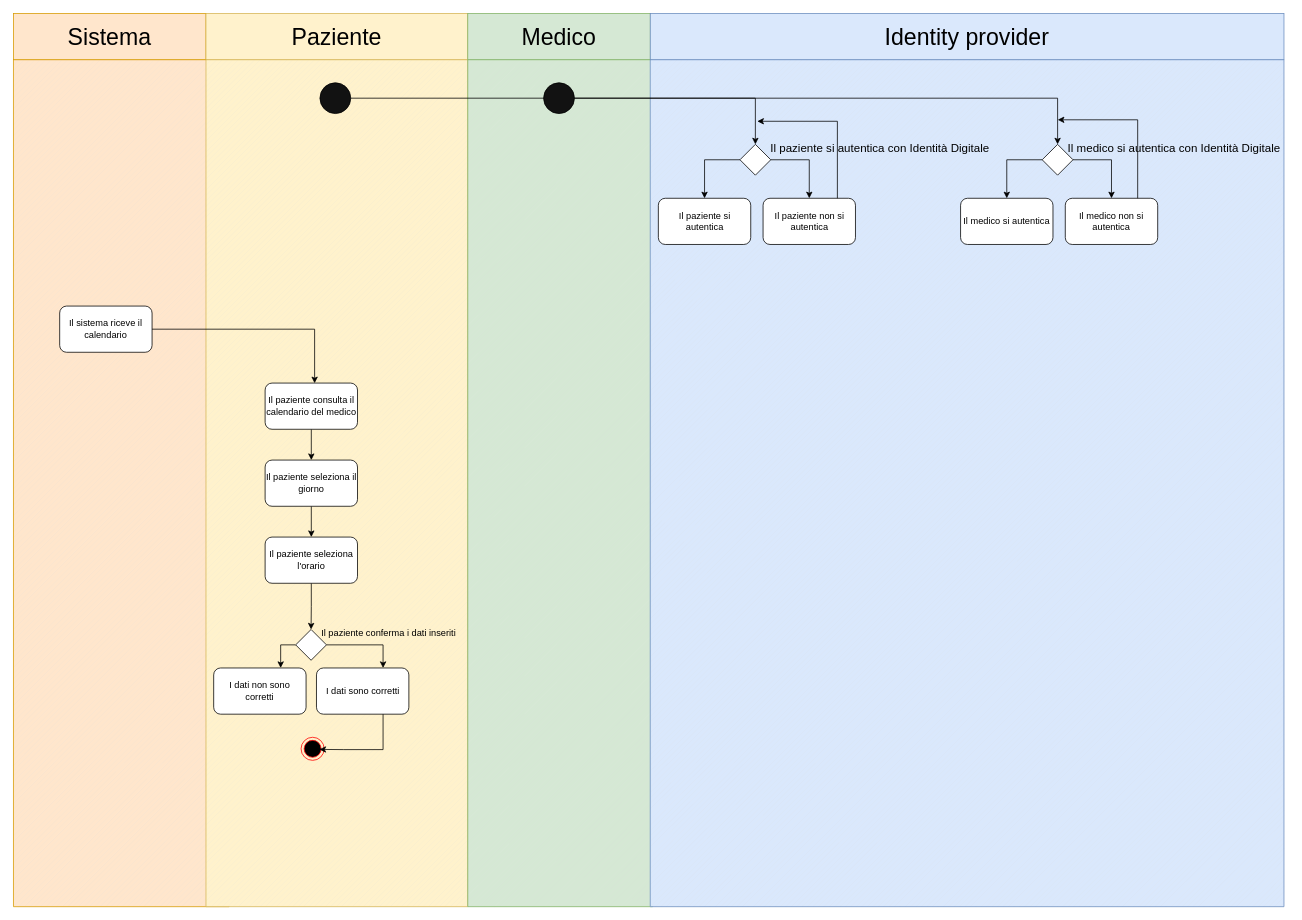
Above: page "swimLane" (3 of 5) of DiagrammiMedSync.drawio in frncscrlnd/MedSync-Sistema-di-Gestione-Appuntamenti-e-Documentazione-Medica (draw.io), before the change. Source tidied: cells renumbered, new cells numbered last; positions are measured from the earlier drawing's top-left corner, leaving out a move shared by most shapes. Both pictures are drawn from the tidied source at 77%, with x=0, y=0 at pixel (13, 13).
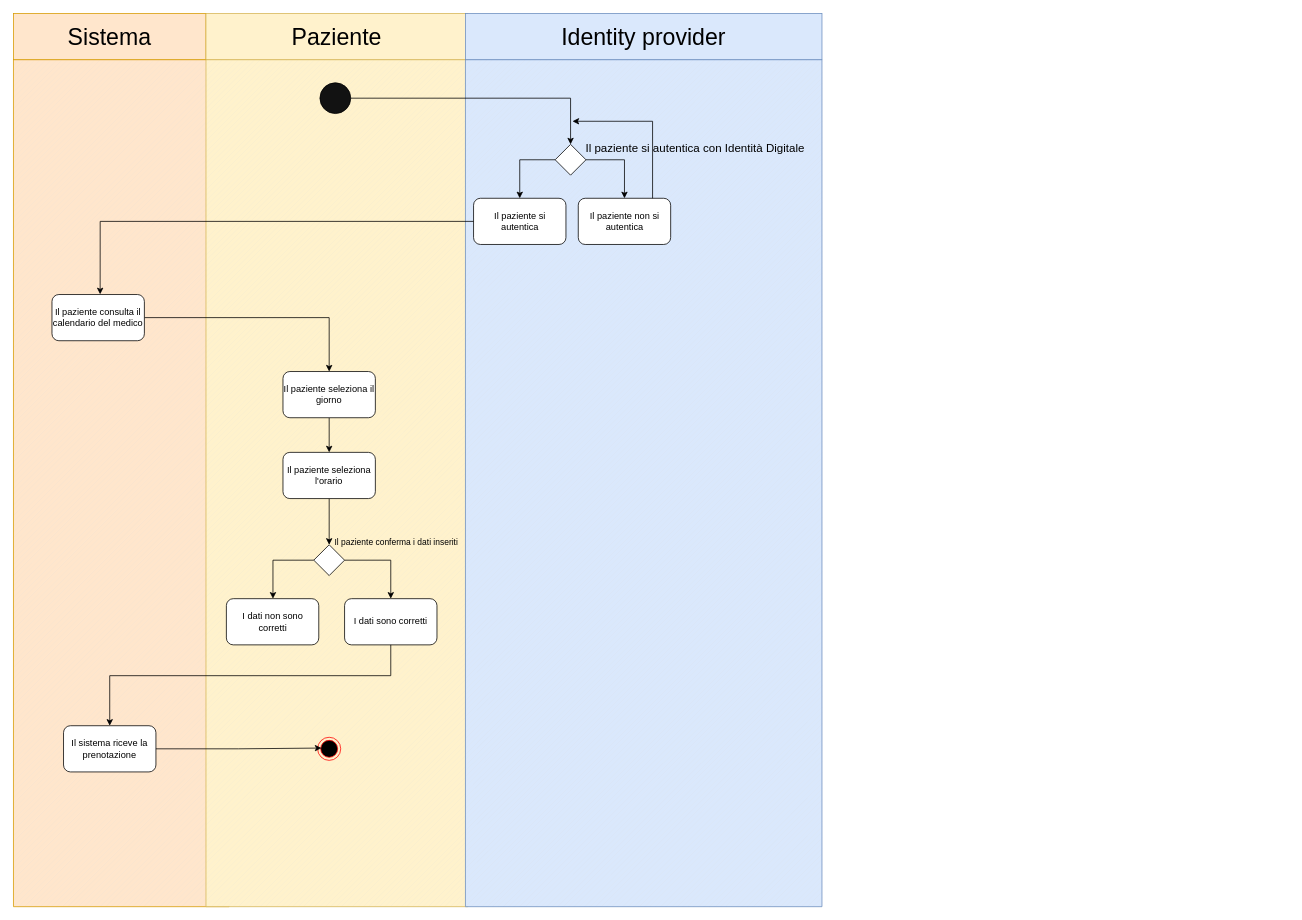
The same diagram, later.

Unchanged cells that the change refers to:
```xml
<mxCell id="2" style="verticalLabelPosition=bottom;verticalAlign=top;html=1;shape=mxgraph.basic.patternFillRect;fillStyle=diag;step=5;fillStrokeWidth=0.2;fillStrokeColor=#dddddd;fillColor=#ffe6cc;strokeColor=#d79b00;" parent="1" vertex="1">
  <mxGeometry y="60" width="280" height="1100" as="geometry" />
</mxCell>
<mxCell id="3" style="verticalLabelPosition=bottom;verticalAlign=top;html=1;shape=mxgraph.basic.patternFillRect;fillStyle=diag;step=5;fillStrokeWidth=0.2;fillStrokeColor=#dddddd;fillColor=#fff2cc;strokeColor=#d6b656;" parent="1" vertex="1">
  <mxGeometry x="250" y="60" width="340" height="1100" as="geometry" />
</mxCell>
```

Diff of the diagram source:
```diff
@@
-    <mxCell id="4" style="verticalLabelPosition=bottom;verticalAlign=top;html=1;shape=mxgraph.basic.patternFillRect;fillStyle=diag;step=5;fillStrokeWidth=0.2;fillStrokeColor=#dddddd;fillColor=#d5e8d4;strokeColor=#82b366;" parent="1" vertex="1">
-      <mxGeometry x="590" y="60" width="240" height="1100" as="geometry" />
-    </mxCell>
     <mxCell id="5" style="verticalLabelPosition=bottom;verticalAlign=top;html=1;shape=mxgraph.basic.patternFillRect;fillStyle=diag;step=5;fillStrokeWidth=0.2;fillStrokeColor=#dddddd;fillColor=#dae8fc;strokeColor=#6c8ebf;" parent="1" vertex="1">
-      <mxGeometry x="827" y="60" width="823" height="1100" as="geometry" />
+      <mxGeometry x="587" y="60" width="463" height="1100" as="geometry" />
     </mxCell>
@@
-    <mxCell id="8" value="&lt;font style=&quot;font-size: 30px;&quot;&gt;Medico&lt;/font&gt;" style="rounded=0;whiteSpace=wrap;html=1;fillColor=#d5e8d4;strokeColor=#82b366;" parent="1" vertex="1">
-      <mxGeometry x="590" width="237" height="60" as="geometry" />
-    </mxCell>
     <mxCell id="9" value="&lt;font style=&quot;font-size: 30px;&quot;&gt;Identity provider&lt;/font&gt;" style="rounded=0;whiteSpace=wrap;html=1;fillColor=#dae8fc;strokeColor=#6c8ebf;" parent="1" vertex="1">
-      <mxGeometry x="827" width="823" height="60" as="geometry" />
+      <mxGeometry x="587" width="463" height="60" as="geometry" />
     </mxCell>
     <mxCell id="10" style="ellipse;html=1;shape=endState;fillColor=#000000;strokeColor=#ff0000;" parent="1" vertex="1">
-      <mxGeometry x="373.5" y="940" width="30" height="30" as="geometry" />
+      <mxGeometry x="395" y="940" width="30" height="30" as="geometry" />
     </mxCell>
@@
     <mxCell id="14" value="Il paziente seleziona il giorno" style="rounded=1;whiteSpace=wrap;html=1;" parent="1" vertex="1">
-      <mxGeometry x="326.8" y="580" width="120" height="60" as="geometry" />
+      <mxGeometry x="350" y="465" width="120" height="60" as="geometry" />
     </mxCell>
@@
     <mxCell id="16" value="Il paziente seleziona l'orario" style="rounded=1;whiteSpace=wrap;html=1;" parent="1" vertex="1">
-      <mxGeometry x="326.8" y="680" width="120" height="60" as="geometry" />
+      <mxGeometry x="350" y="570" width="120" height="60" as="geometry" />
     </mxCell>
     <mxCell id="17" style="edgeStyle=orthogonalEdgeStyle;rounded=0;jettySize=auto;html=1;" parent="1" edge="1" source="19" target="21">
       <mxGeometry relative="1" as="geometry">
         <Array as="points">
-          <mxPoint x="897.5" y="190" />
+          <mxPoint x="657.5" y="190" />
         </Array>
       </mxGeometry>
     </mxCell>
     <mxCell id="18" style="edgeStyle=orthogonalEdgeStyle;rounded=0;jettySize=auto;html=1;" parent="1" edge="1" source="19" target="22">
       <mxGeometry relative="1" as="geometry">
         <Array as="points">
-          <mxPoint x="1033.5" y="190" />
+          <mxPoint x="793.5" y="190" />
         </Array>
       </mxGeometry>
     </mxCell>
     <mxCell id="19" style="rhombus;whiteSpace=wrap;html=1;" parent="1" vertex="1">
-      <mxGeometry x="943.5" y="170" width="40" height="40" as="geometry" />
+      <mxGeometry x="703.5" y="170" width="40" height="40" as="geometry" />
     </mxCell>
     <mxCell id="20" value="&lt;font style=&quot;font-size: 15px;&quot;&gt;Il paziente si autentica con Identità Digitale&lt;/font&gt;" style="text;html=1;align=center;verticalAlign=middle;strokeColor=none;fillColor=none;" parent="1" vertex="1">
-      <mxGeometry x="970" y="160" width="310" height="30" as="geometry" />
+      <mxGeometry x="730" y="160" width="310" height="30" as="geometry" />
     </mxCell>
     <mxCell id="21" value="Il paziente si autentica" style="rounded=1;whiteSpace=wrap;html=1;" parent="1" vertex="1">
-      <mxGeometry x="837.5" y="240" width="120" height="60" as="geometry" />
+      <mxGeometry x="597.5" y="240" width="120" height="60" as="geometry" />
     </mxCell>
     <mxCell id="22" value="Il paziente non si autentica" style="rounded=1;whiteSpace=wrap;html=1;" parent="1" vertex="1">
-      <mxGeometry x="973.5" y="240" width="120" height="60" as="geometry" />
+      <mxGeometry x="733.5" y="240" width="120" height="60" as="geometry" />
     </mxCell>
@@
     <mxCell id="24" value="Il paziente consulta il calendario del medico" style="rounded=1;whiteSpace=wrap;html=1;" parent="1" vertex="1">
-      <mxGeometry x="326.8" y="480" width="120" height="60" as="geometry" />
+      <mxGeometry x="50" y="365" width="120" height="60" as="geometry" />
     </mxCell>
-    <mxCell id="25" style="edgeStyle=orthogonalEdgeStyle;rounded=0;jettySize=auto;html=1;" parent="1" edge="1" source="27" target="30">
-      <mxGeometry relative="1" as="geometry">
-        <Array as="points">
-          <mxPoint x="347" y="820" />
-        </Array>
-      </mxGeometry>
-    </mxCell>
-    <mxCell id="26" style="edgeStyle=orthogonalEdgeStyle;rounded=0;jettySize=auto;html=1;" parent="1" edge="1" source="27" target="29">
-      <mxGeometry relative="1" as="geometry">
-        <Array as="points">
-          <mxPoint x="480" y="820" />
-        </Array>
-      </mxGeometry>
-    </mxCell>
     <mxCell id="27" style="rhombus;whiteSpace=wrap;html=1;" parent="1" vertex="1">
-      <mxGeometry x="366.5" y="800" width="40" height="40" as="geometry" />
+      <mxGeometry x="390" y="690" width="40" height="40" as="geometry" />
     </mxCell>
-    <mxCell id="28" value="&lt;font&gt;Il paziente conferma i dati inseriti&lt;/font&gt;" style="text;html=1;align=center;verticalAlign=middle;strokeColor=none;fillColor=none;" parent="1" vertex="1">
-      <mxGeometry x="387" y="790" width="200" height="30" as="geometry" />
+    <mxCell id="28" value="&lt;font style=&quot;font-size: 11px;&quot;&gt;Il paziente conferma i dati inseriti&lt;/font&gt;" style="text;html=1;align=center;verticalAlign=middle;strokeColor=none;fillColor=none;" parent="1" vertex="1">
+      <mxGeometry x="407" y="672" width="180" height="30" as="geometry" />
     </mxCell>
     <mxCell id="29" value="I dati sono corretti" style="rounded=1;whiteSpace=wrap;html=1;" parent="1" vertex="1">
-      <mxGeometry x="393.5" y="850" width="120" height="60" as="geometry" />
+      <mxGeometry x="430" y="760" width="120" height="60" as="geometry" />
     </mxCell>
     <mxCell id="30" value="I dati non sono corretti" style="rounded=1;whiteSpace=wrap;html=1;" parent="1" vertex="1">
-      <mxGeometry x="260" y="850" width="120" height="60" as="geometry" />
+      <mxGeometry x="276.5" y="760" width="120" height="60" as="geometry" />
     </mxCell>
     <mxCell id="31" style="edgeStyle=orthogonalEdgeStyle;rounded=0;jettySize=auto;html=1;" parent="1" edge="1" source="22">
       <mxGeometry relative="1" as="geometry">
-        <mxPoint x="966" y="140" as="targetPoint" />
+        <mxPoint x="726" y="140" as="targetPoint" />
         <Array as="points">
-          <mxPoint x="1070" y="140" />
-          <mxPoint x="969" y="140" />
+          <mxPoint x="830" y="140" />
+          <mxPoint x="729" y="140" />
         </Array>
       </mxGeometry>
     </mxCell>
-    <mxCell id="32" value="Il sistema riceve il calendario" style="rounded=1;whiteSpace=wrap;html=1;" parent="1" vertex="1">
-      <mxGeometry x="60" y="380" width="120" height="60" as="geometry" />
-    </mxCell>
-    <mxCell id="33" style="edgeStyle=orthogonalEdgeStyle;rounded=0;jettySize=auto;html=1;entryX=0.794;entryY=0.526;entryDx=0;entryDy=0;entryPerimeter=0;" parent="1" edge="1" source="29" target="10">
-      <mxGeometry relative="1" as="geometry">
-        <Array as="points">
-          <mxPoint x="480" y="956" />
-          <mxPoint x="429" y="956" />
-        </Array>
-      </mxGeometry>
-    </mxCell>
-    <mxCell id="34" style="edgeStyle=orthogonalEdgeStyle;rounded=0;jettySize=auto;html=1;entryX=0.415;entryY=0.382;entryDx=0;entryDy=0;entryPerimeter=0;" parent="1" edge="1" source="32" target="3">
-      <mxGeometry relative="1" as="geometry">
-        <Array as="points">
-          <mxPoint x="391" y="410" />
-        </Array>
-      </mxGeometry>
-    </mxCell>
-    <mxCell id="35" style="ellipse;whiteSpace=wrap;html=1;fillColor=#121212;" parent="1" vertex="1">
-      <mxGeometry x="688.5" y="90" width="40" height="40" as="geometry" />
-    </mxCell>
-    <mxCell id="36" value="Il medico non si autentica" style="rounded=1;whiteSpace=wrap;html=1;" parent="1" vertex="1">
-      <mxGeometry x="1366" y="240" width="120" height="60" as="geometry" />
-    </mxCell>
-    <mxCell id="37" value="Il medico si autentica" style="rounded=1;whiteSpace=wrap;html=1;" parent="1" vertex="1">
-      <mxGeometry x="1230" y="240" width="120" height="60" as="geometry" />
-    </mxCell>
-    <mxCell id="38" style="edgeStyle=orthogonalEdgeStyle;rounded=0;jettySize=auto;html=1;" parent="1" edge="1" source="40" target="37">
-      <mxGeometry relative="1" as="geometry">
-        <Array as="points">
-          <mxPoint x="1290" y="190" />
-        </Array>
-      </mxGeometry>
-    </mxCell>
-    <mxCell id="39" value="&lt;font style=&quot;font-size: 15px;&quot;&gt;Il medico si autentica con Identità Digitale&lt;/font&gt;" style="text;html=1;align=center;verticalAlign=middle;strokeColor=none;fillColor=none;" parent="1" vertex="1">
-      <mxGeometry x="1356.5" y="160" width="300" height="30" as="geometry" />
-    </mxCell>
-    <mxCell id="40" style="rhombus;whiteSpace=wrap;html=1;" parent="1" vertex="1">
-      <mxGeometry x="1336" y="170" width="40" height="40" as="geometry" />
-    </mxCell>
-    <mxCell id="41" style="edgeStyle=orthogonalEdgeStyle;rounded=0;jettySize=auto;html=1;" parent="1" edge="1" source="40" target="36">
-      <mxGeometry relative="1" as="geometry">
-        <Array as="points">
-          <mxPoint x="1426" y="190" />
-        </Array>
-      </mxGeometry>
-    </mxCell>
-    <mxCell id="42" style="edgeStyle=orthogonalEdgeStyle;rounded=0;jettySize=auto;html=1;entryX=0.5;entryY=0;entryDx=0;entryDy=0;" parent="1" edge="1" source="35" target="40">
-      <mxGeometry relative="1" as="geometry">
-        <Array as="points">
-          <mxPoint x="1356" y="110" />
-        </Array>
-      </mxGeometry>
-    </mxCell>
-    <mxCell id="43" style="edgeStyle=orthogonalEdgeStyle;rounded=0;jettySize=auto;html=1;entryX=0.643;entryY=0.071;entryDx=0;entryDy=0;entryPerimeter=0;" parent="1" edge="1" source="36" target="5">
-      <mxGeometry relative="1" as="geometry">
-        <Array as="points">
-          <mxPoint x="1460" y="138" />
-        </Array>
-      </mxGeometry>
-    </mxCell>
+    <mxCell id="44" style="edgeStyle=orthogonalEdgeStyle;rounded=0;jettySize=auto;html=1;entryX=0.402;entryY=0.277;entryDx=0;entryDy=0;entryPerimeter=0;" parent="1" edge="1" source="21" target="2">
+      <mxGeometry relative="1" as="geometry">
+        <Array as="points">
+          <mxPoint x="112" y="270" />
+          <mxPoint x="112" y="365" />
+        </Array>
+      </mxGeometry>
+    </mxCell>
+    <mxCell id="25" style="edgeStyle=orthogonalEdgeStyle;rounded=0;jettySize=auto;html=1;" parent="1" edge="1" source="27" target="30">
+      <mxGeometry relative="1" as="geometry">
+        <Array as="points">
+          <mxPoint x="337" y="710" />
+        </Array>
+      </mxGeometry>
+    </mxCell>
+    <mxCell id="26" style="edgeStyle=orthogonalEdgeStyle;rounded=0;jettySize=auto;html=1;" parent="1" edge="1" source="27" target="29">
+      <mxGeometry relative="1" as="geometry">
+        <Array as="points">
+          <mxPoint x="490" y="710" />
+        </Array>
+      </mxGeometry>
+    </mxCell>
+    <mxCell id="45" value="Il sistema riceve la prenotazione" style="rounded=1;whiteSpace=wrap;html=1;" parent="1" vertex="1">
+      <mxGeometry x="65" y="925" width="120" height="60" as="geometry" />
+    </mxCell>
+    <mxCell id="46" style="edgeStyle=orthogonalEdgeStyle;rounded=0;jettySize=auto;html=1;" parent="1" edge="1" source="29" target="45">
+      <mxGeometry relative="1" as="geometry">
+        <Array as="points">
+          <mxPoint x="490" y="860" />
+          <mxPoint x="125" y="860" />
+        </Array>
+      </mxGeometry>
+    </mxCell>
+    <mxCell id="47" style="edgeStyle=orthogonalEdgeStyle;rounded=0;jettySize=auto;html=1;" parent="1" edge="1" source="45">
+      <mxGeometry relative="1" as="geometry">
+        <mxPoint x="400" y="954" as="targetPoint" />
+      </mxGeometry>
+    </mxCell>
```
